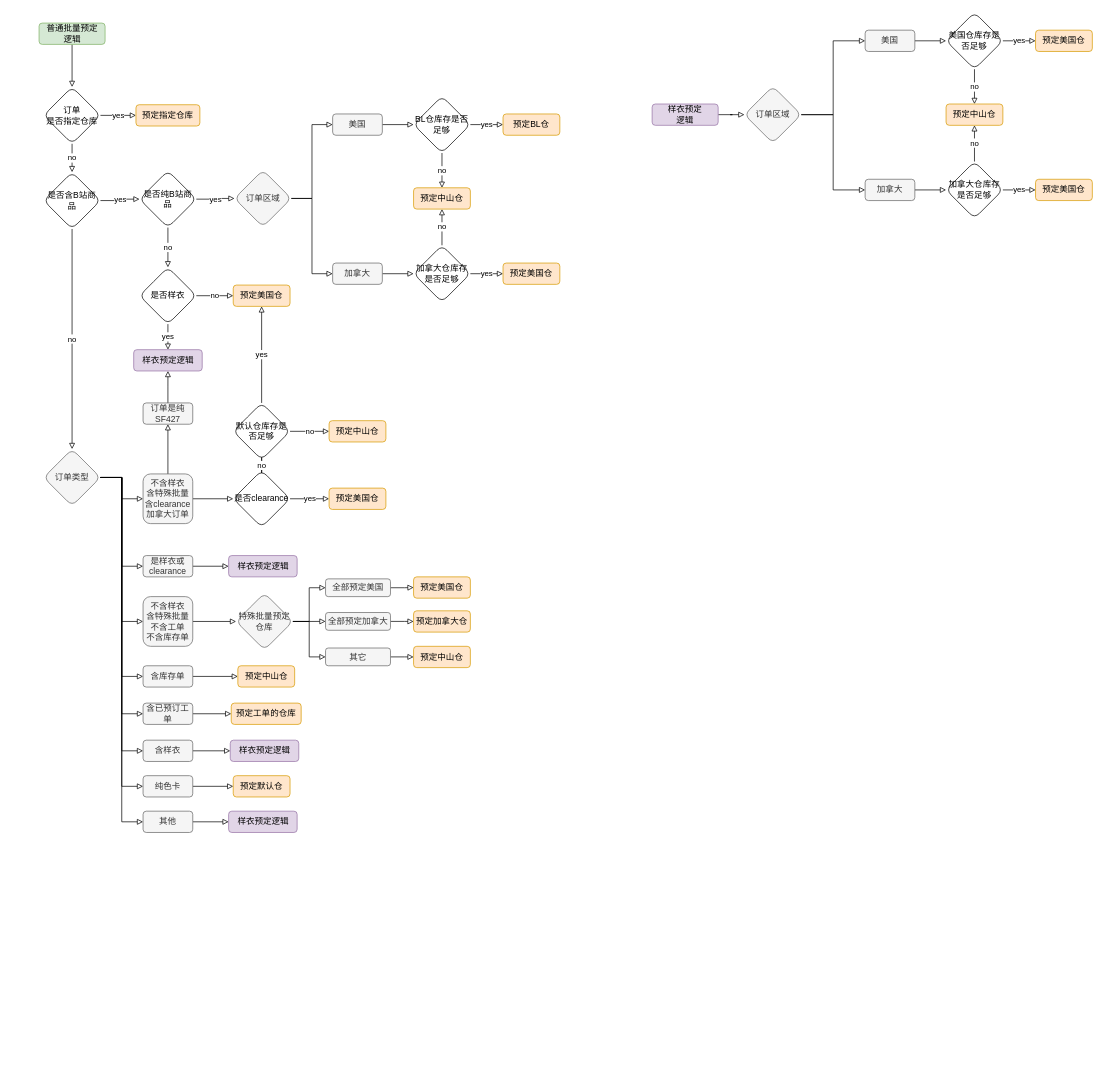
This is 预定.drawio from tghtgh123000/diagrams, a draw.io file, before an edit. Source tidied: cells renumbered, new cells numbered last; positions are measured from the earlier drawing's top-left corner, leaving out a move shared by most shapes. Both pictures are drawn from the tidied source at 71%, with x=0, y=0 at pixel (38, 12).
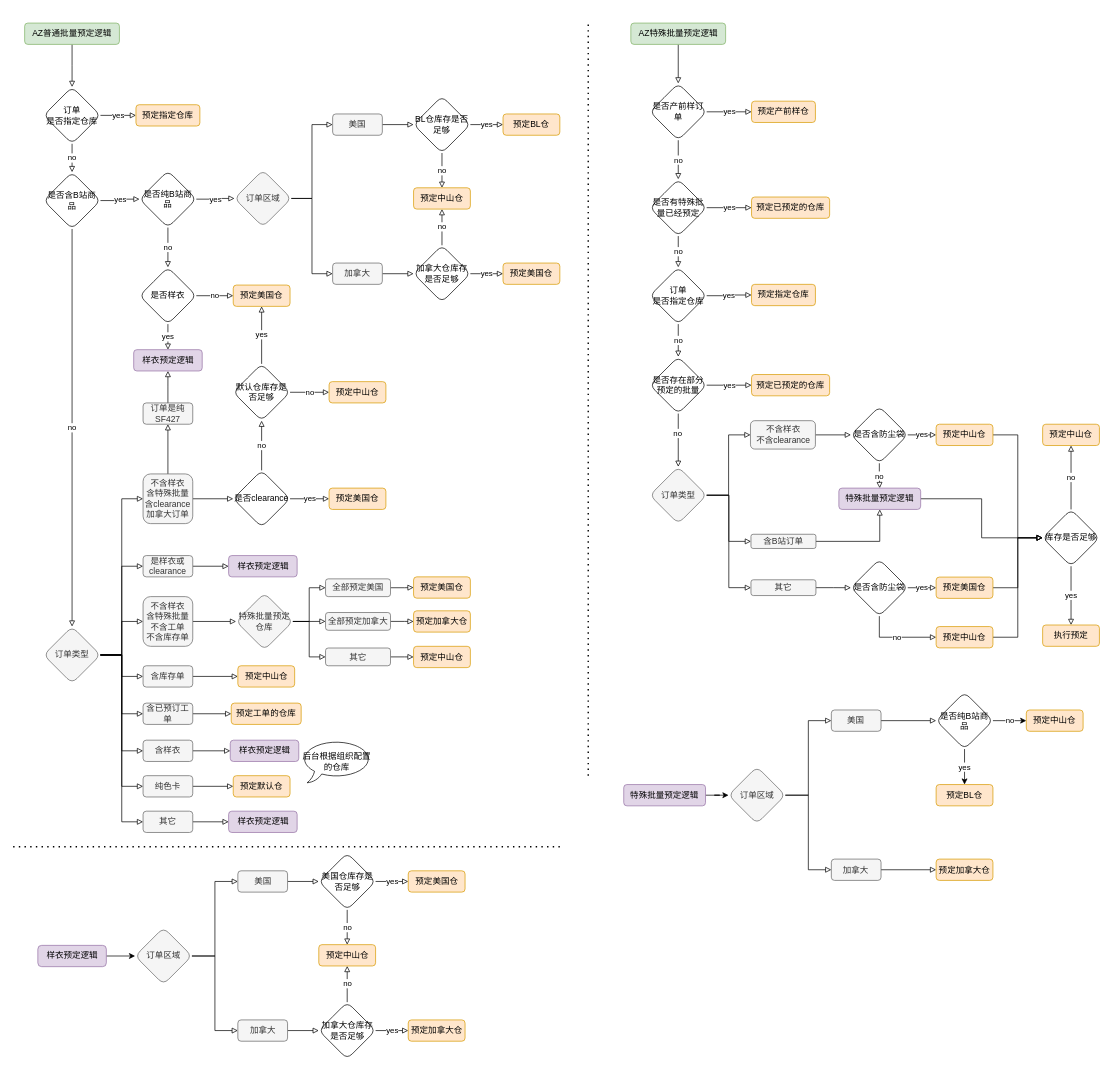
The same page after the edit.

The edit, as a diff of the source:
```diff
@@
-    <mxCell id="3" value="&lt;div&gt;普通批量预定&lt;/div&gt;逻辑" style="rounded=1;whiteSpace=wrap;html=1;fillColor=#d5e8d4;strokeColor=#82b366;" parent="1" vertex="1">
-      <mxGeometry x="0.5" y="15" width="93" height="30" as="geometry" />
+    <mxCell id="3" value="&lt;div&gt;AZ普通批量预定逻辑&lt;/div&gt;" style="rounded=1;whiteSpace=wrap;html=1;fillColor=#d5e8d4;strokeColor=#82b366;" parent="1" vertex="1">
+      <mxGeometry x="-19.8" y="15" width="133.5" height="30" as="geometry" />
     </mxCell>
@@
     <mxCell id="32" value="美国仓库存是否足够" style="rhombus;whiteSpace=wrap;html=1;rounded=1;" parent="1" vertex="1">
-      <mxGeometry x="1278" width="80" height="80" as="geometry" />
+      <mxGeometry x="394.5" y="1184" width="80" height="80" as="geometry" />
     </mxCell>
     <mxCell id="33" value="预定美国仓" style="whiteSpace=wrap;html=1;rounded=1;fillColor=#ffe6cc;strokeColor=#d79b00;" parent="1" vertex="1">
-      <mxGeometry x="1404" y="25" width="80" height="30" as="geometry" />
+      <mxGeometry x="520.5" y="1209" width="80" height="30" as="geometry" />
     </mxCell>
@@
     <mxCell id="36" value="加拿大仓库存是否足够" style="rhombus;whiteSpace=wrap;html=1;rounded=1;" parent="1" vertex="1">
-      <mxGeometry x="1278" y="210" width="80" height="80" as="geometry" />
+      <mxGeometry x="394.5" y="1394" width="80" height="80" as="geometry" />
     </mxCell>
     <mxCell id="37" value="预定中山仓" style="whiteSpace=wrap;html=1;rounded=1;fillColor=#ffe6cc;strokeColor=#d79b00;" parent="1" vertex="1">
-      <mxGeometry x="1278" y="129" width="80" height="30" as="geometry" />
+      <mxGeometry x="394.5" y="1313" width="80" height="30" as="geometry" />
     </mxCell>
@@
     <mxCell id="40" value="订单区域" style="rhombus;whiteSpace=wrap;html=1;rounded=1;fillColor=#f5f5f5;strokeColor=#666666;fontColor=#333333;" parent="1" vertex="1">
-      <mxGeometry x="994" y="104" width="80" height="80" as="geometry" />
+      <mxGeometry x="135.8" y="1289" width="80" height="80" as="geometry" />
     </mxCell>
@@
     <mxCell id="42" value="加拿大" style="rounded=1;whiteSpace=wrap;html=1;fillColor=#f5f5f5;strokeColor=#666666;fontColor=#333333;" parent="1" vertex="1">
-      <mxGeometry x="1164" y="235" width="70" height="30" as="geometry" />
+      <mxGeometry x="280.5" y="1419" width="70" height="30" as="geometry" />
     </mxCell>
@@
     <mxCell id="44" value="美国" style="rounded=1;whiteSpace=wrap;html=1;fillColor=#f5f5f5;strokeColor=#666666;fontColor=#333333;" parent="1" vertex="1">
-      <mxGeometry x="1164" y="25" width="70" height="30" as="geometry" />
+      <mxGeometry x="280.5" y="1209" width="70" height="30" as="geometry" />
     </mxCell>
-    <mxCell id="45" value="预定美国仓" style="whiteSpace=wrap;html=1;rounded=1;fillColor=#ffe6cc;strokeColor=#d79b00;" parent="1" vertex="1">
-      <mxGeometry x="1404" y="235" width="80" height="30" as="geometry" />
+    <mxCell id="45" value="预定加拿大仓" style="whiteSpace=wrap;html=1;rounded=1;fillColor=#ffe6cc;strokeColor=#d79b00;" parent="1" vertex="1">
+      <mxGeometry x="520.5" y="1419" width="80" height="30" as="geometry" />
     </mxCell>
@@
     <mxCell id="58" value="订单类型" style="rhombus;whiteSpace=wrap;html=1;rounded=1;fillColor=#f5f5f5;strokeColor=#666666;fontColor=#333333;" parent="1" vertex="1">
-      <mxGeometry x="7" y="615" width="80" height="80" as="geometry" />
+      <mxGeometry x="7" y="865" width="80" height="80" as="geometry" />
     </mxCell>
@@
     <mxCell id="70" value="默认仓库存是否足够" style="rhombus;whiteSpace=wrap;rounded=1;" parent="1" vertex="1">
-      <mxGeometry x="274" y="550" width="80" height="80" as="geometry" />
+      <mxGeometry x="274" y="495" width="80" height="80" as="geometry" />
     </mxCell>
-    <mxCell id="71" style="edgeStyle=orthogonalEdgeStyle;rounded=0;jettySize=auto;html=1;endArrow=block;endFill=0;" parent="1" edge="1" source="72" target="40">
-      <mxGeometry relative="1" as="geometry" />
-    </mxCell>
-    <mxCell id="72" value="&lt;div&gt;样衣预定&lt;/div&gt;逻辑" style="rounded=1;whiteSpace=wrap;html=1;fillColor=#e1d5e7;strokeColor=#9673a6;" parent="1" vertex="1">
-      <mxGeometry x="864" y="129" width="93" height="30" as="geometry" />
-    </mxCell>
@@
     <mxCell id="99" value="预定中山仓" style="whiteSpace=wrap;html=1;rounded=1;fillColor=#ffe6cc;strokeColor=#d79b00;" parent="1" vertex="1">
-      <mxGeometry x="409" y="575" width="80" height="30" as="geometry" />
+      <mxGeometry x="409" y="520" width="80" height="30" as="geometry" />
     </mxCell>
@@
-    <mxCell id="104" value="其他" style="rounded=1;whiteSpace=wrap;html=1;fillColor=#f5f5f5;strokeColor=#666666;fontColor=#333333;" parent="1" vertex="1">
+    <mxCell id="104" value="其它" style="rounded=1;whiteSpace=wrap;html=1;fillColor=#f5f5f5;strokeColor=#666666;fontColor=#333333;" parent="1" vertex="1">
       <mxGeometry x="147" y="1125" width="70" height="30" as="geometry" />
     </mxCell>
@@
+    <mxCell id="108" style="edgeStyle=orthogonalEdgeStyle;rounded=0;jettySize=auto;html=1;" parent="1" edge="1" source="109" target="40">
+      <mxGeometry relative="1" as="geometry" />
+    </mxCell>
+    <mxCell id="109" value="&lt;div&gt;样衣预定逻辑&lt;/div&gt;" style="rounded=1;whiteSpace=wrap;html=1;fillColor=#e1d5e7;strokeColor=#9673a6;arcSize=18;" parent="1" vertex="1">
+      <mxGeometry x="-1.2" y="1314" width="96.5" height="30" as="geometry" />
+    </mxCell>
+    <mxCell id="110" style="endArrow=none;dashed=1;html=1;dashPattern=1 3;strokeWidth=2;" parent="1" edge="1">
+      <mxGeometry relative="1" as="geometry">
+        <mxPoint x="-36" y="1175" as="sourcePoint" />
+        <mxPoint x="734" y="1175" as="targetPoint" />
+      </mxGeometry>
+    </mxCell>
+    <mxCell id="111" style="edgeStyle=orthogonalEdgeStyle;rounded=0;jettySize=auto;html=1;" parent="1" edge="1" source="112" target="115">
+      <mxGeometry relative="1" as="geometry" />
+    </mxCell>
+    <mxCell id="112" value="&lt;div&gt;特殊批量预定逻辑&lt;/div&gt;" style="rounded=1;whiteSpace=wrap;html=1;fillColor=#e1d5e7;strokeColor=#9673a6;" parent="1" vertex="1">
+      <mxGeometry x="824" y="1087.5" width="115.2" height="30" as="geometry" />
+    </mxCell>
+    <mxCell id="113" style="edgeStyle=orthogonalEdgeStyle;rounded=0;jettySize=auto;html=1;entryX=0;entryY=0.5;entryDx=0;entryDy=0;endArrow=block;endFill=0;" parent="1" edge="1" source="115" target="117">
+      <mxGeometry relative="1" as="geometry" />
+    </mxCell>
+    <mxCell id="114" style="edgeStyle=orthogonalEdgeStyle;rounded=0;jettySize=auto;html=1;entryX=0;entryY=0.5;entryDx=0;entryDy=0;endArrow=block;endFill=0;" parent="1" edge="1" source="115" target="119">
+      <mxGeometry relative="1" as="geometry" />
+    </mxCell>
+    <mxCell id="115" value="订单区域" style="rhombus;whiteSpace=wrap;html=1;rounded=1;fillColor=#f5f5f5;strokeColor=#666666;fontColor=#333333;" parent="1" vertex="1">
+      <mxGeometry x="971.6" y="1062.5" width="80" height="80" as="geometry" />
+    </mxCell>
+    <mxCell id="116" style="edgeStyle=none;rounded=0;jettySize=auto;html=1;endArrow=block;endFill=0;" parent="1" edge="1" source="117" target="125">
+      <mxGeometry relative="1" as="geometry" />
+    </mxCell>
+    <mxCell id="117" value="加拿大" style="rounded=1;whiteSpace=wrap;html=1;fillColor=#f5f5f5;strokeColor=#666666;fontColor=#333333;" parent="1" vertex="1">
+      <mxGeometry x="1116.4" y="1192.5" width="70" height="30" as="geometry" />
+    </mxCell>
+    <mxCell id="118" style="edgeStyle=orthogonalEdgeStyle;rounded=0;jettySize=auto;html=1;endArrow=block;endFill=0;" parent="1" edge="1" source="119" target="123">
+      <mxGeometry relative="1" as="geometry" />
+    </mxCell>
+    <mxCell id="119" value="美国" style="rounded=1;whiteSpace=wrap;html=1;fillColor=#f5f5f5;strokeColor=#666666;fontColor=#333333;" parent="1" vertex="1">
+      <mxGeometry x="1116.4" y="982.5" width="70" height="30" as="geometry" />
+    </mxCell>
+    <mxCell id="120" value="预定BL仓" style="whiteSpace=wrap;html=1;rounded=1;fillColor=#ffe6cc;strokeColor=#d79b00;" parent="1" vertex="1">
+      <mxGeometry x="1264" y="1087.5" width="80" height="30" as="geometry" />
+    </mxCell>
+    <mxCell id="121" value="yes" style="edgeStyle=orthogonalEdgeStyle;rounded=0;jettySize=auto;html=1;" parent="1" edge="1" source="123" target="120">
+      <mxGeometry relative="1" as="geometry" />
+    </mxCell>
+    <mxCell id="122" value="no" style="edgeStyle=orthogonalEdgeStyle;rounded=0;jettySize=auto;html=1;" parent="1" edge="1" source="123" target="124">
+      <mxGeometry relative="1" as="geometry" />
+    </mxCell>
+    <mxCell id="123" value="是否纯B站商品" style="rhombus;whiteSpace=wrap;html=1;rounded=1;" parent="1" vertex="1">
+      <mxGeometry x="1264" y="957.5" width="80" height="80" as="geometry" />
+    </mxCell>
+    <mxCell id="124" value="预定中山仓" style="whiteSpace=wrap;html=1;rounded=1;fillColor=#ffe6cc;strokeColor=#d79b00;" parent="1" vertex="1">
+      <mxGeometry x="1391" y="982.5" width="80" height="30" as="geometry" />
+    </mxCell>
+    <mxCell id="125" value="预定加拿大仓" style="whiteSpace=wrap;html=1;rounded=1;fillColor=#ffe6cc;strokeColor=#d79b00;" parent="1" vertex="1">
+      <mxGeometry x="1264" y="1192.5" width="80" height="30" as="geometry" />
+    </mxCell>
+    <mxCell id="126" style="endArrow=none;dashed=1;html=1;dashPattern=1 3;strokeWidth=2;" parent="1" edge="1">
+      <mxGeometry relative="1" as="geometry">
+        <mxPoint x="774" y="1075" as="sourcePoint" />
+        <mxPoint x="774" y="15" as="targetPoint" />
+      </mxGeometry>
+    </mxCell>
+    <mxCell id="127" style="edgeStyle=none;rounded=0;jettySize=auto;html=1;endArrow=block;endFill=0;" parent="1" edge="1" source="128" target="131">
+      <mxGeometry relative="1" as="geometry" />
+    </mxCell>
+    <mxCell id="128" value="&lt;div&gt;AZ特殊批量预定逻辑&lt;/div&gt;" style="rounded=1;whiteSpace=wrap;html=1;fillColor=#d5e8d4;strokeColor=#82b366;" parent="1" vertex="1">
+      <mxGeometry x="834" y="15" width="133.5" height="30" as="geometry" />
+    </mxCell>
+    <mxCell id="129" value="yes" style="edgeStyle=none;rounded=0;jettySize=auto;html=1;endArrow=block;endFill=0;" parent="1" edge="1" source="131" target="132">
+      <mxGeometry relative="1" as="geometry" />
+    </mxCell>
+    <mxCell id="130" value="no" style="edgeStyle=none;rounded=0;jettySize=auto;html=1;endArrow=block;endFill=0;" parent="1" edge="1" source="131" target="135">
+      <mxGeometry relative="1" as="geometry" />
+    </mxCell>
+    <mxCell id="131" value="是否产前样订单" style="rhombus;whiteSpace=wrap;html=1;rounded=1;" parent="1" vertex="1">
+      <mxGeometry x="860.8" y="100" width="80" height="80" as="geometry" />
+    </mxCell>
+    <mxCell id="132" value="预定产前样仓" style="whiteSpace=wrap;html=1;rounded=1;fillColor=#ffe6cc;strokeColor=#d79b00;" parent="1" vertex="1">
+      <mxGeometry x="1004" y="125" width="90" height="30" as="geometry" />
+    </mxCell>
+    <mxCell id="133" value="yes" style="edgeStyle=none;rounded=0;jettySize=auto;html=1;endArrow=block;endFill=0;" parent="1" edge="1" source="135" target="136">
+      <mxGeometry relative="1" as="geometry" />
+    </mxCell>
+    <mxCell id="134" value="no" style="edgeStyle=none;rounded=0;jettySize=auto;html=1;endArrow=block;endFill=0;" parent="1" edge="1" source="135" target="139">
+      <mxGeometry relative="1" as="geometry" />
+    </mxCell>
+    <mxCell id="135" value="是否有特殊批量已经预定" style="rhombus;whiteSpace=wrap;html=1;rounded=1;" parent="1" vertex="1">
+      <mxGeometry x="860.8" y="235" width="80" height="80" as="geometry" />
+    </mxCell>
+    <mxCell id="136" value="预定已预定的仓库" style="whiteSpace=wrap;html=1;rounded=1;fillColor=#ffe6cc;strokeColor=#d79b00;" parent="1" vertex="1">
+      <mxGeometry x="1004" y="260" width="110" height="30" as="geometry" />
+    </mxCell>
+    <mxCell id="137" value="&lt;div&gt;yes&lt;/div&gt;" style="edgeStyle=orthogonalEdgeStyle;rounded=0;jettySize=auto;html=1;endArrow=block;endFill=0;" parent="1" edge="1" source="139" target="140">
+      <mxGeometry relative="1" as="geometry" />
+    </mxCell>
+    <mxCell id="138" value="no" style="edgeStyle=none;rounded=0;jettySize=auto;html=1;endArrow=block;endFill=0;" parent="1" edge="1" source="139" target="144">
+      <mxGeometry relative="1" as="geometry" />
+    </mxCell>
+    <mxCell id="139" value="订单&lt;div&gt;是否指定仓库&lt;/div&gt;" style="rhombus;whiteSpace=wrap;html=1;rounded=1;" parent="1" vertex="1">
+      <mxGeometry x="860.8" y="359" width="80" height="80" as="geometry" />
+    </mxCell>
+    <mxCell id="140" value="预定指定仓库" style="whiteSpace=wrap;html=1;rounded=1;fillColor=#ffe6cc;strokeColor=#d79b00;" parent="1" vertex="1">
+      <mxGeometry x="1004" y="383" width="90" height="30" as="geometry" />
+    </mxCell>
+    <mxCell id="141" value="yes" style="edgeStyle=none;rounded=0;jettySize=auto;html=1;endArrow=block;endFill=0;" parent="1" edge="1" source="144" target="145">
+      <mxGeometry relative="1" as="geometry" />
+    </mxCell>
+    <mxCell id="142" style="edgeStyle=none;rounded=0;jettySize=auto;html=1;endArrow=block;endFill=0;" parent="1" edge="1" source="144" target="149">
+      <mxGeometry relative="1" as="geometry" />
+    </mxCell>
+    <mxCell id="143" value="no" style="edgeLabel;html=1;align=center;verticalAlign=middle;" parent="142" vertex="1">
+      <mxGeometry x="-0.28" y="-1" relative="1" as="geometry" />
+    </mxCell>
+    <mxCell id="144" value="是否存在部分预定的批量" style="rhombus;whiteSpace=wrap;html=1;rounded=1;" parent="1" vertex="1">
+      <mxGeometry x="860.8" y="485" width="80" height="80" as="geometry" />
+    </mxCell>
+    <mxCell id="145" value="预定已预定的仓库" style="whiteSpace=wrap;html=1;rounded=1;fillColor=#ffe6cc;strokeColor=#d79b00;" parent="1" vertex="1">
+      <mxGeometry x="1004" y="510" width="110" height="30" as="geometry" />
+    </mxCell>
+    <mxCell id="146" style="edgeStyle=orthogonalEdgeStyle;rounded=0;jettySize=auto;html=1;endArrow=block;endFill=0;entryX=0;entryY=0.5;entryDx=0;entryDy=0;" parent="1" edge="1" source="149" target="151">
+      <mxGeometry relative="1" as="geometry" />
+    </mxCell>
+    <mxCell id="147" style="edgeStyle=orthogonalEdgeStyle;rounded=0;jettySize=auto;html=1;entryX=0;entryY=0.5;entryDx=0;entryDy=0;endArrow=block;endFill=0;" parent="1" edge="1" source="149" target="160">
+      <mxGeometry relative="1" as="geometry" />
+    </mxCell>
+    <mxCell id="148" style="edgeStyle=orthogonalEdgeStyle;rounded=0;jettySize=auto;html=1;entryX=0;entryY=0.5;entryDx=0;entryDy=0;endArrow=block;endFill=0;" parent="1" edge="1" source="149" target="162">
+      <mxGeometry relative="1" as="geometry" />
+    </mxCell>
+    <mxCell id="149" value="订单类型" style="rhombus;whiteSpace=wrap;html=1;rounded=1;fillColor=#f5f5f5;strokeColor=#666666;fontColor=#333333;" parent="1" vertex="1">
+      <mxGeometry x="860.8" y="640" width="80" height="80" as="geometry" />
+    </mxCell>
+    <mxCell id="150" style="edgeStyle=orthogonalEdgeStyle;rounded=0;jettySize=auto;html=1;endArrow=block;endFill=0;" parent="1" edge="1" source="151" target="154">
+      <mxGeometry relative="1" as="geometry" />
+    </mxCell>
+    <mxCell id="151" value="&lt;div&gt;不含样衣&lt;/div&gt;&lt;div&gt;不含clearance&lt;/div&gt;" style="whiteSpace=wrap;html=1;rounded=1;fontColor=#333333;strokeColor=#666666;fillColor=#f5f5f5;" parent="1" vertex="1">
+      <mxGeometry x="1002.5" y="575" width="91.5" height="40" as="geometry" />
+    </mxCell>
+    <mxCell id="152" value="yes" style="edgeStyle=orthogonalEdgeStyle;rounded=0;jettySize=auto;html=1;endArrow=block;endFill=0;" parent="1" edge="1" source="154" target="156">
+      <mxGeometry relative="1" as="geometry" />
+    </mxCell>
+    <mxCell id="153" value="no" style="edgeStyle=orthogonalEdgeStyle;rounded=0;jettySize=auto;html=1;endArrow=block;endFill=0;" parent="1" edge="1" source="154" target="158">
+      <mxGeometry relative="1" as="geometry" />
+    </mxCell>
+    <mxCell id="154" value="是否含防尘袋" style="rhombus;whiteSpace=wrap;html=1;rounded=1;" parent="1" vertex="1">
+      <mxGeometry x="1144" y="555" width="80" height="80" as="geometry" />
+    </mxCell>
+    <mxCell id="155" style="edgeStyle=orthogonalEdgeStyle;rounded=0;jettySize=auto;html=1;entryX=0;entryY=0.5;entryDx=0;entryDy=0;endArrow=block;endFill=0;" parent="1" edge="1" source="156" target="172">
+      <mxGeometry relative="1" as="geometry" />
+    </mxCell>
+    <mxCell id="156" value="预定中山仓" style="whiteSpace=wrap;html=1;rounded=1;fillColor=#ffe6cc;strokeColor=#d79b00;" parent="1" vertex="1">
+      <mxGeometry x="1264" y="580" width="80" height="30" as="geometry" />
+    </mxCell>
+    <mxCell id="157" style="edgeStyle=orthogonalEdgeStyle;rounded=0;jettySize=auto;html=1;entryX=0;entryY=0.5;entryDx=0;entryDy=0;endArrow=block;endFill=0;" parent="1" edge="1" source="158" target="172">
+      <mxGeometry relative="1" as="geometry" />
+    </mxCell>
+    <mxCell id="158" value="&lt;div&gt;特殊批量预定逻辑&lt;/div&gt;" style="rounded=1;whiteSpace=wrap;html=1;fillColor=#e1d5e7;strokeColor=#9673a6;" parent="1" vertex="1">
+      <mxGeometry x="1127" y="670" width="115.2" height="30" as="geometry" />
+    </mxCell>
+    <mxCell id="159" style="edgeStyle=orthogonalEdgeStyle;rounded=0;jettySize=auto;html=1;entryX=0.5;entryY=1;entryDx=0;entryDy=0;endArrow=block;endFill=0;" parent="1" edge="1" source="160" target="158">
+      <mxGeometry relative="1" as="geometry" />
+    </mxCell>
+    <mxCell id="160" value="含B站订单" style="whiteSpace=wrap;html=1;rounded=1;fontColor=#333333;strokeColor=#666666;fillColor=#f5f5f5;" parent="1" vertex="1">
+      <mxGeometry x="1003.2" y="735" width="91.5" height="20" as="geometry" />
+    </mxCell>
+    <mxCell id="161" style="edgeStyle=orthogonalEdgeStyle;rounded=0;jettySize=auto;html=1;endArrow=block;endFill=0;" parent="1" edge="1" source="162" target="165">
+      <mxGeometry relative="1" as="geometry" />
+    </mxCell>
+    <mxCell id="162" value="其它" style="whiteSpace=wrap;html=1;rounded=1;fontColor=#333333;strokeColor=#666666;fillColor=#f5f5f5;" parent="1" vertex="1">
+      <mxGeometry x="1003.2" y="799.1" width="91.5" height="22.2" as="geometry" />
+    </mxCell>
+    <mxCell id="163" value="yes" style="edgeStyle=orthogonalEdgeStyle;rounded=0;jettySize=auto;html=1;endArrow=block;endFill=0;" parent="1" edge="1" source="165" target="167">
+      <mxGeometry relative="1" as="geometry" />
+    </mxCell>
+    <mxCell id="164" value="no" style="edgeStyle=orthogonalEdgeStyle;rounded=0;jettySize=auto;html=1;entryX=0;entryY=0.5;entryDx=0;entryDy=0;endArrow=block;endFill=0;exitX=0.5;exitY=1;exitDx=0;exitDy=0;" parent="1" edge="1" source="165" target="169">
+      <mxGeometry relative="1" as="geometry" />
+    </mxCell>
+    <mxCell id="165" value="是否含防尘袋" style="rhombus;whiteSpace=wrap;html=1;rounded=1;" parent="1" vertex="1">
+      <mxGeometry x="1144" y="770.3" width="80" height="80" as="geometry" />
+    </mxCell>
+    <mxCell id="166" style="edgeStyle=orthogonalEdgeStyle;rounded=0;jettySize=auto;html=1;entryX=0;entryY=0.5;entryDx=0;entryDy=0;endArrow=block;endFill=0;" parent="1" edge="1" source="167" target="172">
+      <mxGeometry relative="1" as="geometry" />
+    </mxCell>
+    <mxCell id="167" value="预定美国仓" style="whiteSpace=wrap;html=1;rounded=1;fillColor=#ffe6cc;strokeColor=#d79b00;" parent="1" vertex="1">
+      <mxGeometry x="1264" y="795.3" width="80" height="30" as="geometry" />
+    </mxCell>
+    <mxCell id="168" style="edgeStyle=orthogonalEdgeStyle;rounded=0;jettySize=auto;html=1;entryX=0;entryY=0.5;entryDx=0;entryDy=0;endArrow=block;endFill=0;" parent="1" edge="1" source="169" target="172">
+      <mxGeometry relative="1" as="geometry" />
+    </mxCell>
+    <mxCell id="169" value="预定中山仓" style="whiteSpace=wrap;html=1;rounded=1;fillColor=#ffe6cc;strokeColor=#d79b00;" parent="1" vertex="1">
+      <mxGeometry x="1264" y="865" width="80" height="30" as="geometry" />
+    </mxCell>
+    <mxCell id="170" value="yes" style="edgeStyle=orthogonalEdgeStyle;rounded=0;jettySize=auto;html=1;endArrow=block;endFill=0;" parent="1" edge="1" source="172" target="173">
+      <mxGeometry relative="1" as="geometry" />
+    </mxCell>
+    <mxCell id="171" value="no" style="edgeStyle=orthogonalEdgeStyle;rounded=0;jettySize=auto;html=1;endArrow=block;endFill=0;" parent="1" edge="1" source="172" target="174">
+      <mxGeometry relative="1" as="geometry" />
+    </mxCell>
+    <mxCell id="172" value="库存是否足够" style="rhombus;whiteSpace=wrap;html=1;rounded=1;" parent="1" vertex="1">
+      <mxGeometry x="1414" y="700" width="80" height="80" as="geometry" />
+    </mxCell>
+    <mxCell id="173" value="执行预定" style="whiteSpace=wrap;html=1;rounded=1;fillColor=#ffe6cc;strokeColor=#d79b00;" parent="1" vertex="1">
+      <mxGeometry x="1414" y="862.8" width="80" height="30" as="geometry" />
+    </mxCell>
+    <mxCell id="174" value="预定中山仓" style="whiteSpace=wrap;html=1;rounded=1;fillColor=#ffe6cc;strokeColor=#d79b00;" parent="1" vertex="1">
+      <mxGeometry x="1414" y="580" width="80" height="30" as="geometry" />
+    </mxCell>
+    <mxCell id="175" value="后台根据组织配置的仓库" style="whiteSpace=wrap;html=1;shape=mxgraph.basic.oval_callout;" parent="1" vertex="1">
+      <mxGeometry x="369.8" y="1025" width="100" height="60" as="geometry" />
+    </mxCell>
```
